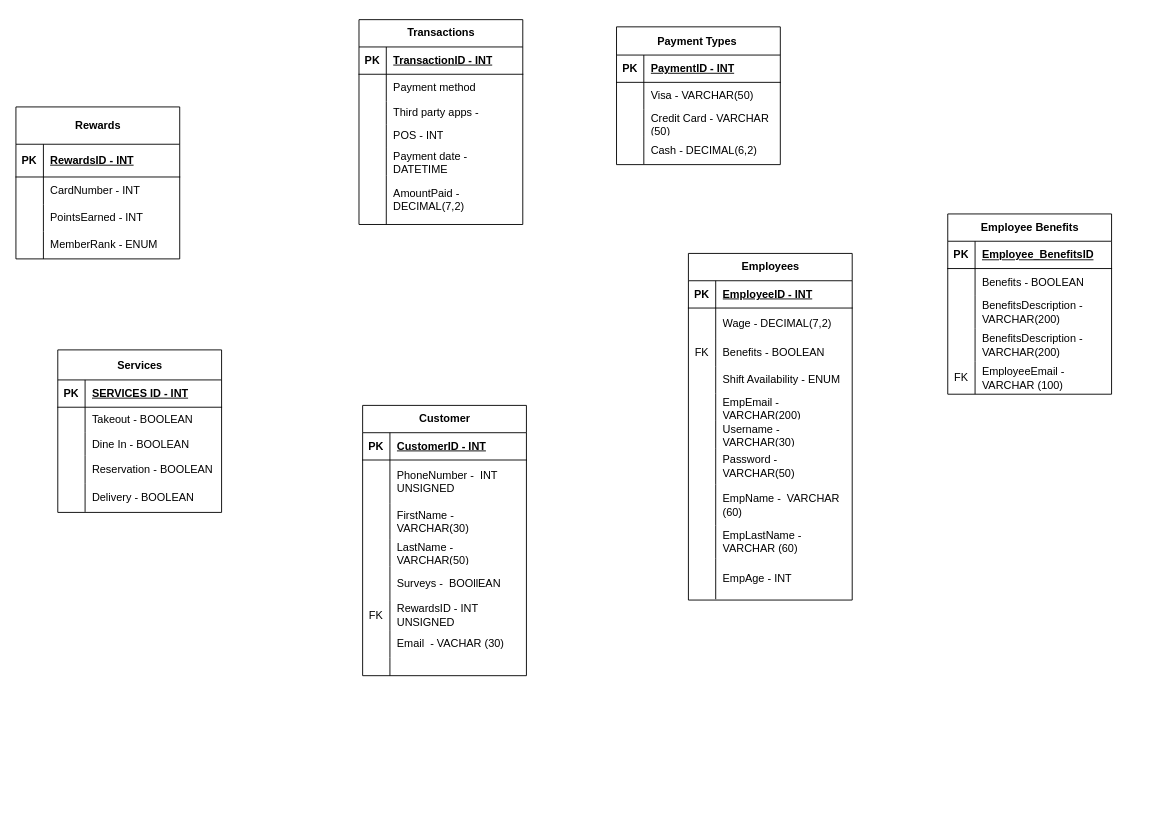
The draw.io diagram VieriDiagram.drawio in VieriNice/W2_Exercises, before the edit. Source tidied: cells renumbered, new cells numbered last; positions are measured from the earlier drawing's top-left corner, leaving out a move shared by most shapes. Both pictures are drawn from the tidied source at 91%, with x=0, y=0 at pixel (15, 19).
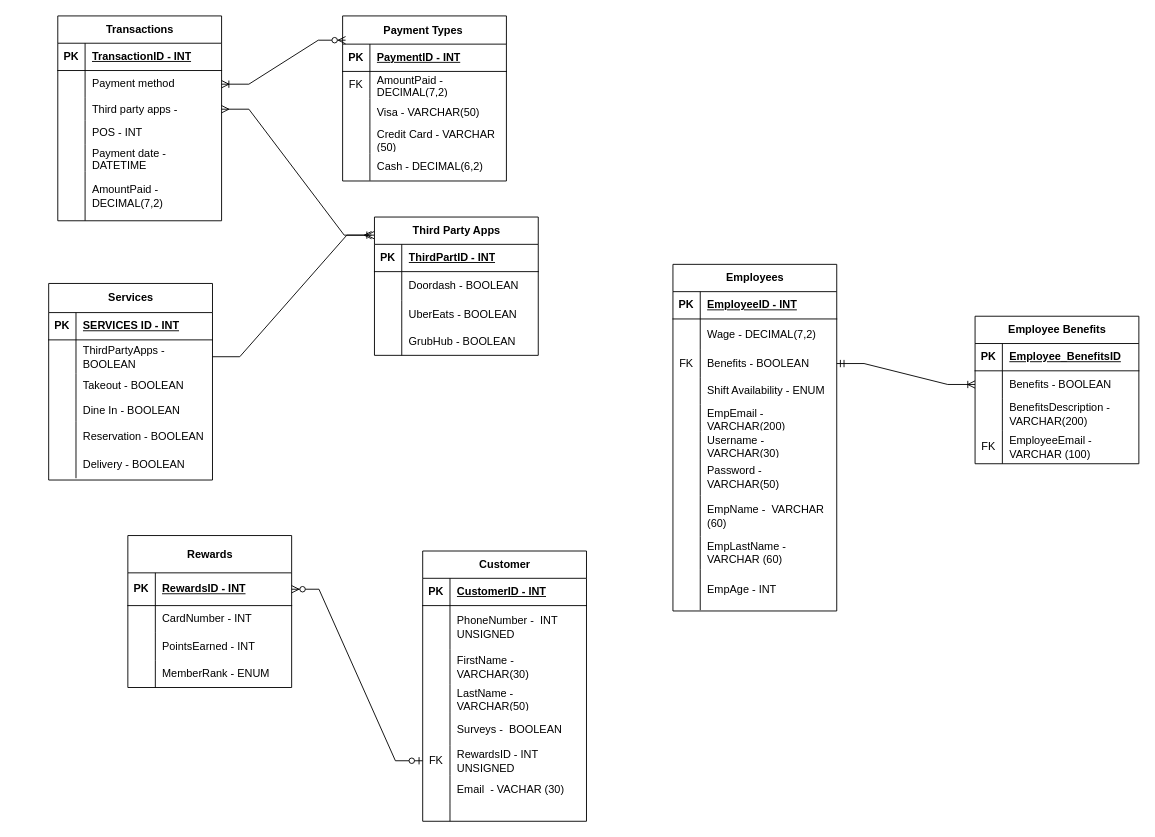
After the change.

Unchanged cells that the change refers to:
```xml
<mxCell id="15" style="shape=tableRow;horizontal=0;startSize=0;swimlaneHead=0;swimlaneBody=0;fillColor=none;top=0;left=0;right=0;bottom=0;" parent="2" vertex="1">
  <mxGeometry y="177" width="180" height="37" as="geometry" />
</mxCell>
<mxCell id="18" style="shape=tableRow;horizontal=0;startSize=0;swimlaneHead=0;swimlaneBody=0;fillColor=none;points=[[0,0.5],[1,0.5]];portConstraint=eastwest;top=0;left=0;right=0;bottom=0;" parent="2" vertex="1">
  <mxGeometry y="214" width="180" height="33" as="geometry" />
</mxCell>
<mxCell id="31" style="shape=tableRow;horizontal=0;startSize=0;swimlaneHead=0;swimlaneBody=0;fillColor=none;points=[[0,0.5],[1,0.5]];portConstraint=eastwest;top=0;left=0;right=0;bottom=0;" parent="27" vertex="1">
  <mxGeometry y="60" width="180" height="30" as="geometry" />
</mxCell>
<mxCell id="34" style="shape=tableRow;horizontal=0;startSize=0;swimlaneHead=0;swimlaneBody=0;fillColor=none;points=[[0,0.5],[1,0.5]];portConstraint=eastwest;top=0;left=0;right=0;bottom=0;" parent="27" vertex="1">
  <mxGeometry y="90" width="180" height="25" as="geometry" />
</mxCell>
<mxCell id="53" style="shape=tableRow;horizontal=0;startSize=0;swimlaneHead=0;swimlaneBody=0;fillColor=none;points=[[0,0.5],[1,0.5]];portConstraint=eastwest;top=0;left=0;right=0;bottom=0;" parent="46" vertex="1">
  <mxGeometry y="94" width="180" height="30" as="geometry" />
</mxCell>
<mxCell id="107" style="shape=tableRow;horizontal=0;startSize=0;swimlaneHead=0;swimlaneBody=0;fillColor=none;points=[[0,0.5],[1,0.5]];portConstraint=eastwest;top=0;left=0;right=0;bottom=1;" parent="106" vertex="1">
  <mxGeometry y="41" width="180" height="36" as="geometry" />
</mxCell>
<mxCell id="123" style="shape=tableRow;horizontal=0;startSize=0;swimlaneHead=0;swimlaneBody=0;fillColor=none;points=[[0,0.5],[1,0.5]];portConstraint=eastwest;top=0;left=0;right=0;bottom=0;" parent="119" vertex="1">
  <mxGeometry y="60" width="180" height="30" as="geometry" />
</mxCell>
```

The edit, as a diff of the source:
```diff
@@
     <mxCell id="2" value="Customer" style="shape=table;startSize=30;childLayout=tableLayout;rowLines=0;fontStyle=1;align=center;html=1;" parent="1" vertex="1">
-      <mxGeometry x="381" y="424" width="180" height="297" as="geometry" />
+      <mxGeometry x="447" y="584" width="180" height="297" as="geometry" />
     </mxCell>
@@
-    <mxCell id="17" value="Surveys -&amp;nbsp; BOOllEAN" style="shape=partialRectangle;fillColor=none;top=0;left=0;bottom=0;right=0;align=left;spacingLeft=6;overflow=hidden;whiteSpace=wrap;html=1;" parent="15" vertex="1">
+    <mxCell id="17" value="Surveys -&amp;nbsp; BOOLEAN" style="shape=partialRectangle;fillColor=none;top=0;left=0;bottom=0;right=0;align=left;spacingLeft=6;overflow=hidden;whiteSpace=wrap;html=1;" parent="15" vertex="1">
       <mxGeometry x="30" width="150" height="37" as="geometry" />
     </mxCell>
@@
     <mxCell id="27" value="Transactions" style="shape=table;startSize=30;childLayout=tableLayout;rowLines=0;fontStyle=1;align=center;html=1;" parent="1" vertex="1">
-      <mxGeometry x="377" y="0.1" width="180" height="225.1" as="geometry" />
+      <mxGeometry x="46" y="-4" width="180" height="225.1" as="geometry" />
     </mxCell>
@@
     <mxCell id="46" value="Employees" style="shape=table;startSize=30;childLayout=tableLayout;rowLines=0;fontStyle=1;align=center;html=1;" parent="1" vertex="1">
-      <mxGeometry x="739" y="257" width="180" height="380.9" as="geometry" />
+      <mxGeometry x="722" y="269" width="180" height="380.9" as="geometry" />
     </mxCell>
@@
-    <mxCell id="77" value="Services" style="shape=table;startSize=33;childLayout=tableLayout;rowLines=0;fontStyle=1;align=center;html=1;" parent="1" vertex="1">
-      <mxGeometry x="46" y="363" width="180" height="178.6" as="geometry" />
+    <mxCell id="77" value="Services" style="shape=table;startSize=32;childLayout=tableLayout;rowLines=0;fontStyle=1;align=center;html=1;" parent="1" vertex="1">
+      <mxGeometry x="36" y="290" width="180" height="216" as="geometry" />
     </mxCell>
     <mxCell id="78" style="shape=tableRow;horizontal=0;startSize=0;swimlaneHead=0;swimlaneBody=0;fillColor=none;top=0;left=0;right=0;bottom=1;" parent="77" vertex="1">
-      <mxGeometry y="33" width="180" height="30" as="geometry" />
+      <mxGeometry y="32" width="180" height="30" as="geometry" />
     </mxCell>
@@
+    <mxCell id="135" style="shape=tableRow;horizontal=0;startSize=0;swimlaneHead=0;swimlaneBody=0;fillColor=none;points=[[0,0.5],[1,0.5]];portConstraint=eastwest;top=0;left=0;right=0;bottom=0;" parent="77" vertex="1">
+      <mxGeometry y="62" width="180" height="37" as="geometry" />
+    </mxCell>
+    <mxCell id="136" style="shape=partialRectangle;fillColor=none;top=0;left=0;bottom=0;right=0;overflow=hidden;whiteSpace=wrap;html=1;" parent="135" vertex="1">
+      <mxGeometry width="30" height="37" as="geometry" />
+    </mxCell>
+    <mxCell id="137" value="ThirdPartyApps - BOOLEAN" style="shape=partialRectangle;fillColor=none;top=0;left=0;bottom=0;right=0;align=left;spacingLeft=6;overflow=hidden;whiteSpace=wrap;html=1;" parent="135" vertex="1">
+      <mxGeometry x="30" width="150" height="37" as="geometry" />
+    </mxCell>
     <mxCell id="81" style="shape=tableRow;horizontal=0;startSize=0;swimlaneHead=0;swimlaneBody=0;fillColor=none;top=0;left=0;right=0;bottom=0;" parent="77" vertex="1">
-      <mxGeometry y="63" width="180" height="28" as="geometry" />
+      <mxGeometry y="99" width="180" height="28" as="geometry" />
     </mxCell>
@@
     <mxCell id="84" style="shape=tableRow;horizontal=0;startSize=0;swimlaneHead=0;swimlaneBody=0;fillColor=none;top=0;left=0;right=0;bottom=0;" parent="77" vertex="1">
-      <mxGeometry y="91" width="180" height="25" as="geometry" />
+      <mxGeometry y="127" width="180" height="25" as="geometry" />
     </mxCell>
@@
     <mxCell id="87" style="shape=tableRow;horizontal=0;startSize=0;swimlaneHead=0;swimlaneBody=0;fillColor=none;top=0;left=0;right=0;bottom=0;" parent="77" vertex="1">
-      <mxGeometry y="116" width="180" height="31" as="geometry" />
+      <mxGeometry y="152" width="180" height="31" as="geometry" />
     </mxCell>
@@
     <mxCell id="90" style="shape=tableRow;horizontal=0;startSize=0;swimlaneHead=0;swimlaneBody=0;fillColor=none;top=0;left=0;right=0;bottom=0;" parent="77" vertex="1">
-      <mxGeometry y="147" width="180" height="31" as="geometry" />
+      <mxGeometry y="183" width="180" height="31" as="geometry" />
     </mxCell>
@@
     <mxCell id="93" value="Payment Types&amp;nbsp;" style="shape=table;startSize=31;childLayout=tableLayout;rowLines=0;fontStyle=1;align=center;html=1;" parent="1" vertex="1">
-      <mxGeometry x="660" y="8" width="180" height="151.4" as="geometry" />
+      <mxGeometry x="359" y="-4" width="180" height="181.4" as="geometry" />
     </mxCell>
@@
+    <mxCell id="138" style="shape=tableRow;horizontal=0;startSize=0;swimlaneHead=0;swimlaneBody=0;fillColor=none;top=0;left=0;right=0;bottom=0;" parent="93" vertex="1">
+      <mxGeometry y="61" width="180" height="30" as="geometry" />
+    </mxCell>
+    <mxCell id="139" value="FK" style="shape=partialRectangle;fillColor=none;top=0;left=0;bottom=0;right=0;overflow=hidden;whiteSpace=wrap;html=1;" parent="138" vertex="1">
+      <mxGeometry width="30" height="30" as="geometry" />
+    </mxCell>
+    <mxCell id="140" value="AmountPaid - DECIMAL(7,2)" style="shape=partialRectangle;fillColor=none;top=0;left=0;bottom=0;right=0;align=left;spacingLeft=6;overflow=hidden;whiteSpace=wrap;html=1;" parent="138" vertex="1">
+      <mxGeometry x="30" width="150" height="30" as="geometry" />
+    </mxCell>
     <mxCell id="97" style="shape=tableRow;horizontal=0;startSize=0;swimlaneHead=0;swimlaneBody=0;fillColor=none;top=0;left=0;right=0;bottom=0;" parent="93" vertex="1">
-      <mxGeometry y="61" width="180" height="30" as="geometry" />
+      <mxGeometry y="91" width="180" height="30" as="geometry" />
     </mxCell>
@@
     <mxCell id="100" style="shape=tableRow;horizontal=0;startSize=0;swimlaneHead=0;swimlaneBody=0;fillColor=none;top=0;left=0;right=0;bottom=0;" parent="93" vertex="1">
-      <mxGeometry y="91" width="180" height="30" as="geometry" />
+      <mxGeometry y="121" width="180" height="30" as="geometry" />
     </mxCell>
@@
     <mxCell id="103" style="shape=tableRow;horizontal=0;startSize=0;swimlaneHead=0;swimlaneBody=0;fillColor=none;top=0;left=0;right=0;bottom=0;" parent="93" vertex="1">
-      <mxGeometry y="121" width="180" height="30" as="geometry" />
+      <mxGeometry y="151" width="180" height="30" as="geometry" />
     </mxCell>
@@
     <mxCell id="106" value="Rewards" style="shape=table;startSize=41;childLayout=tableLayout;rowLines=0;fontStyle=1;align=center;html=1;" parent="1" vertex="1">
-      <mxGeometry y="96" width="180" height="167" as="geometry" />
+      <mxGeometry x="123" y="567" width="180" height="167" as="geometry" />
     </mxCell>
@@
     <mxCell id="119" value="Employee Benefits" style="shape=table;startSize=30;childLayout=tableLayout;rowLines=0;fontStyle=1;align=center;html=1;" parent="1" vertex="1">
-      <mxGeometry x="1024" y="213.6" width="180" height="198.1" as="geometry" />
+      <mxGeometry x="1054" y="326" width="180" height="162.1" as="geometry" />
     </mxCell>
@@
-    <mxCell id="129" style="shape=tableRow;horizontal=0;startSize=0;swimlaneHead=0;swimlaneBody=0;fillColor=none;top=0;left=0;right=0;bottom=0;" parent="119" vertex="1">
-      <mxGeometry y="126" width="180" height="36" as="geometry" />
-    </mxCell>
-    <mxCell id="130" style="shape=partialRectangle;fillColor=none;top=0;left=0;bottom=0;right=0;overflow=hidden;whiteSpace=wrap;html=1;" parent="129" vertex="1">
-      <mxGeometry width="30" height="36" as="geometry" />
-    </mxCell>
-    <mxCell id="131" value="BenefitsDescription - VARCHAR(200)" style="shape=partialRectangle;fillColor=none;top=0;left=0;bottom=0;right=0;align=left;spacingLeft=6;overflow=hidden;whiteSpace=wrap;html=1;" parent="129" vertex="1">
-      <mxGeometry x="30" width="150" height="36" as="geometry" />
-    </mxCell>
     <mxCell id="132" style="shape=tableRow;horizontal=0;startSize=0;swimlaneHead=0;swimlaneBody=0;fillColor=none;top=0;left=0;right=0;bottom=0;" parent="119" vertex="1">
-      <mxGeometry y="162" width="180" height="36" as="geometry" />
+      <mxGeometry y="126" width="180" height="36" as="geometry" />
     </mxCell>
@@
+    <mxCell id="141" style="edgeStyle=entityRelationEdgeStyle;fontSize=12;html=1;endArrow=ERoneToMany;startArrow=ERzeroToMany;rounded=0;exitX=0.018;exitY=0.147;exitDx=0;exitDy=0;exitPerimeter=0;entryX=1;entryY=0.5;entryDx=0;entryDy=0;" parent="1" edge="1" source="93" target="31">
+      <mxGeometry relative="1" as="geometry" />
+    </mxCell>
+    <mxCell id="142" value="Third Party Apps" style="shape=table;startSize=30;childLayout=tableLayout;rowLines=0;fontStyle=1;align=center;html=1;" parent="1" vertex="1">
+      <mxGeometry x="394" y="217" width="180" height="152" as="geometry" />
+    </mxCell>
+    <mxCell id="143" style="shape=tableRow;horizontal=0;startSize=0;swimlaneHead=0;swimlaneBody=0;fillColor=none;top=0;left=0;right=0;bottom=1;" parent="142" vertex="1">
+      <mxGeometry y="30" width="180" height="30" as="geometry" />
+    </mxCell>
+    <mxCell id="144" value="PK" style="shape=partialRectangle;fillColor=none;top=0;left=0;bottom=0;right=0;fontStyle=1;overflow=hidden;whiteSpace=wrap;html=1;" parent="143" vertex="1">
+      <mxGeometry width="30" height="30" as="geometry" />
+    </mxCell>
+    <mxCell id="145" value="ThirdPartID - INT" style="shape=partialRectangle;fillColor=none;top=0;left=0;bottom=0;right=0;align=left;spacingLeft=6;fontStyle=5;overflow=hidden;whiteSpace=wrap;html=1;" parent="143" vertex="1">
+      <mxGeometry x="30" width="150" height="30" as="geometry" />
+    </mxCell>
+    <mxCell id="146" style="shape=tableRow;horizontal=0;startSize=0;swimlaneHead=0;swimlaneBody=0;fillColor=none;top=0;left=0;right=0;bottom=0;" parent="142" vertex="1">
+      <mxGeometry y="60" width="180" height="32" as="geometry" />
+    </mxCell>
+    <mxCell id="147" style="shape=partialRectangle;fillColor=none;top=0;left=0;bottom=0;right=0;overflow=hidden;whiteSpace=wrap;html=1;" parent="146" vertex="1">
+      <mxGeometry width="30" height="32" as="geometry" />
+    </mxCell>
+    <mxCell id="148" value="Doordash - BOOLEAN" style="shape=partialRectangle;fillColor=none;top=0;left=0;bottom=0;right=0;align=left;spacingLeft=6;overflow=hidden;whiteSpace=wrap;html=1;" parent="146" vertex="1">
+      <mxGeometry x="30" width="150" height="32" as="geometry" />
+    </mxCell>
+    <mxCell id="149" style="shape=tableRow;horizontal=0;startSize=0;swimlaneHead=0;swimlaneBody=0;fillColor=none;top=0;left=0;right=0;bottom=0;" parent="142" vertex="1">
+      <mxGeometry y="92" width="180" height="30" as="geometry" />
+    </mxCell>
+    <mxCell id="150" style="shape=partialRectangle;fillColor=none;top=0;left=0;bottom=0;right=0;overflow=hidden;whiteSpace=wrap;html=1;" parent="149" vertex="1">
+      <mxGeometry width="30" height="30" as="geometry" />
+    </mxCell>
+    <mxCell id="151" value="UberEats - BOOLEAN" style="shape=partialRectangle;fillColor=none;top=0;left=0;bottom=0;right=0;align=left;spacingLeft=6;overflow=hidden;whiteSpace=wrap;html=1;" parent="149" vertex="1">
+      <mxGeometry x="30" width="150" height="30" as="geometry" />
+    </mxCell>
+    <mxCell id="152" style="shape=tableRow;horizontal=0;startSize=0;swimlaneHead=0;swimlaneBody=0;fillColor=none;top=0;left=0;right=0;bottom=0;" parent="142" vertex="1">
+      <mxGeometry y="122" width="180" height="30" as="geometry" />
+    </mxCell>
+    <mxCell id="153" style="shape=partialRectangle;fillColor=none;top=0;left=0;bottom=0;right=0;overflow=hidden;whiteSpace=wrap;html=1;" parent="152" vertex="1">
+      <mxGeometry width="30" height="30" as="geometry" />
+    </mxCell>
+    <mxCell id="154" value="GrubHub - BOOLEAN" style="shape=partialRectangle;fillColor=none;top=0;left=0;bottom=0;right=0;align=left;spacingLeft=6;overflow=hidden;whiteSpace=wrap;html=1;" parent="152" vertex="1">
+      <mxGeometry x="30" width="150" height="30" as="geometry" />
+    </mxCell>
+    <mxCell id="155" style="edgeStyle=entityRelationEdgeStyle;fontSize=12;html=1;endArrow=ERmany;startArrow=ERmany;rounded=0;exitX=1;exitY=0.5;exitDx=0;exitDy=0;entryX=-0.018;entryY=0.131;entryDx=0;entryDy=0;entryPerimeter=0;" parent="1" edge="1" source="34" target="142">
+      <mxGeometry relative="1" as="geometry" />
+    </mxCell>
+    <mxCell id="156" style="edgeStyle=entityRelationEdgeStyle;fontSize=12;html=1;endArrow=ERoneToMany;rounded=0;exitX=1;exitY=0.5;exitDx=0;exitDy=0;entryX=-0.002;entryY=0.131;entryDx=0;entryDy=0;entryPerimeter=0;" parent="1" edge="1" source="135" target="142">
+      <mxGeometry relative="1" as="geometry">
+        <Array as="points">
+          <mxPoint x="247" y="345" />
+        </Array>
+      </mxGeometry>
+    </mxCell>
+    <mxCell id="157" style="edgeStyle=entityRelationEdgeStyle;fontSize=12;html=1;endArrow=ERzeroToMany;startArrow=ERzeroToOne;rounded=0;exitX=0;exitY=0.5;exitDx=0;exitDy=0;entryX=1;entryY=0.5;entryDx=0;entryDy=0;" parent="1" edge="1" source="18" target="107">
+      <mxGeometry relative="1" as="geometry" />
+    </mxCell>
+    <mxCell id="158" style="edgeStyle=entityRelationEdgeStyle;fontSize=12;html=1;endArrow=ERoneToMany;startArrow=ERmandOne;rounded=0;exitX=1;exitY=0.5;exitDx=0;exitDy=0;entryX=0;entryY=0.5;entryDx=0;entryDy=0;" parent="1" edge="1" source="53" target="123">
+      <mxGeometry relative="1" as="geometry" />
+    </mxCell>
```
